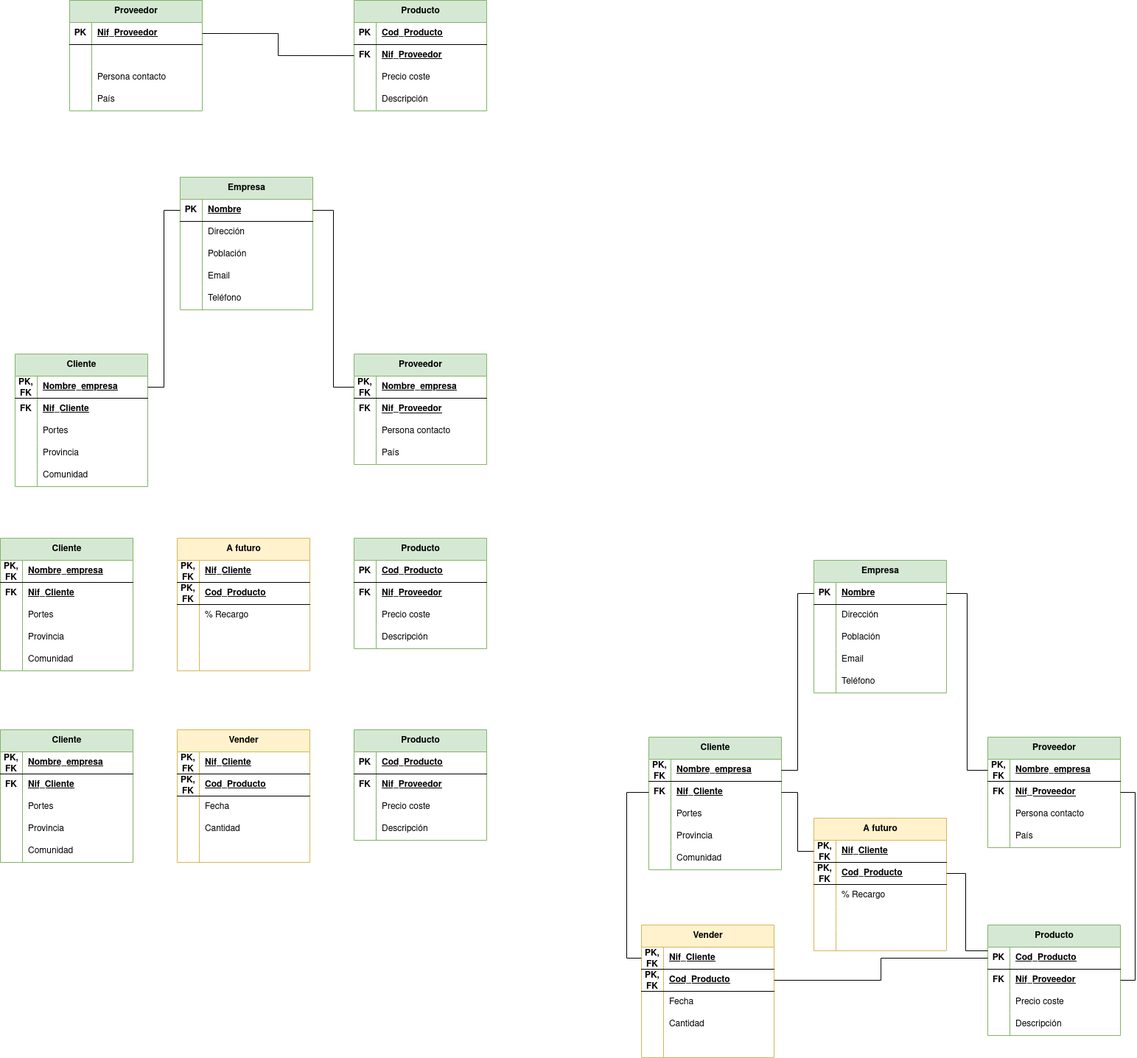
The draw.io diagram Unidad-1/Tareas/Tareas-evaluables/Tarea-evaluable-5/tarea-empresa-compraventa.drawio.png in LuisMGlez/base-datos, before a commit. Source tidied: cells renumbered, new cells last; positions are measured from the earlier drawing's top-left corner, leaving out a move shared by most shapes.
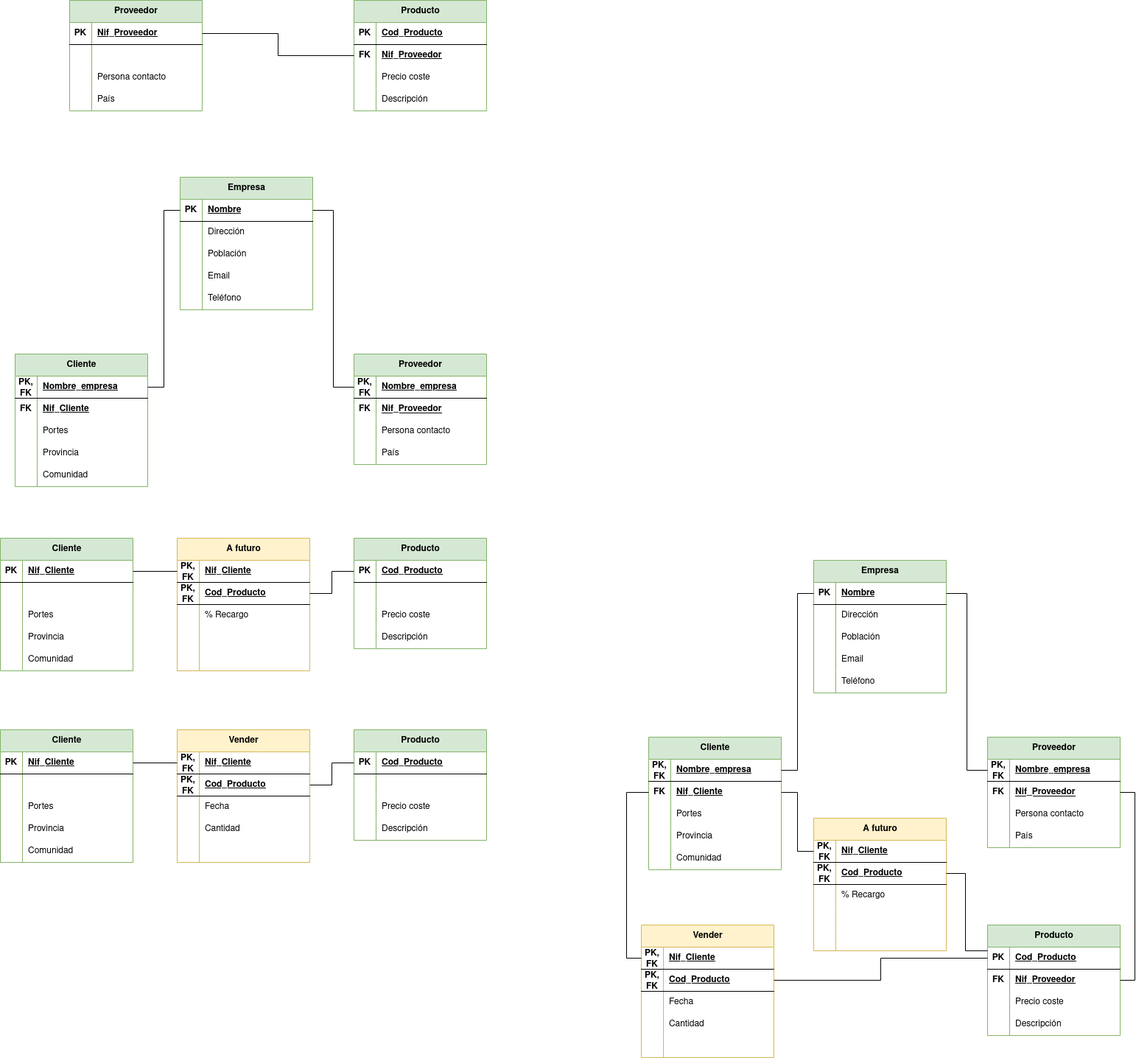
The same file after the commit.

Diff of the diagram source:
```diff
@@ -527,19 +527,19 @@
     <mxCell id="174" style="shape=tableRow;horizontal=0;startSize=0;swimlaneHead=0;swimlaneBody=0;fillColor=none;points=[[0,0.5],[1,0.5]];portConstraint=eastwest;top=0;left=0;right=0;bottom=1;" parent="173" vertex="1">
       <mxGeometry y="30" width="180" height="30" as="geometry" />
     </mxCell>
-    <mxCell id="175" value="PK, FK" style="shape=partialRectangle;fillColor=none;top=0;left=0;bottom=0;right=0;fontStyle=1;overflow=hidden;whiteSpace=wrap;html=1;" parent="174" vertex="1">
+    <mxCell id="175" value="PK" style="shape=partialRectangle;fillColor=none;top=0;left=0;bottom=0;right=0;fontStyle=1;overflow=hidden;whiteSpace=wrap;html=1;" parent="174" vertex="1">
       <mxGeometry width="30" height="30" as="geometry" />
     </mxCell>
-    <mxCell id="176" value="Nombre_empresa" style="shape=partialRectangle;fillColor=none;top=0;left=0;bottom=0;right=0;align=left;spacingLeft=6;fontStyle=5;overflow=hidden;whiteSpace=wrap;html=1;" parent="174" vertex="1">
+    <mxCell id="176" value="Nif_Cliente" style="shape=partialRectangle;fillColor=none;top=0;left=0;bottom=0;right=0;align=left;spacingLeft=6;fontStyle=5;overflow=hidden;whiteSpace=wrap;html=1;" parent="174" vertex="1">
       <mxGeometry x="30" width="150" height="30" as="geometry" />
     </mxCell>
     <mxCell id="177" style="shape=tableRow;horizontal=0;startSize=0;swimlaneHead=0;swimlaneBody=0;fillColor=none;top=0;left=0;right=0;bottom=0;" parent="173" vertex="1">
       <mxGeometry y="60" width="180" height="30" as="geometry" />
     </mxCell>
-    <mxCell id="178" value="&lt;b&gt;FK&lt;/b&gt;" style="shape=partialRectangle;fillColor=none;top=0;left=0;bottom=0;right=0;overflow=hidden;whiteSpace=wrap;html=1;" parent="177" vertex="1">
+    <mxCell id="178" style="shape=partialRectangle;fillColor=none;top=0;left=0;bottom=0;right=0;overflow=hidden;whiteSpace=wrap;html=1;" parent="177" vertex="1">
       <mxGeometry width="30" height="30" as="geometry" />
     </mxCell>
-    <mxCell id="179" value="&lt;b&gt;&lt;u&gt;Nif_Cliente&lt;/u&gt;&lt;/b&gt;" style="shape=partialRectangle;fillColor=none;top=0;left=0;bottom=0;right=0;align=left;spacingLeft=6;overflow=hidden;whiteSpace=wrap;html=1;" parent="177" vertex="1">
+    <mxCell id="179" style="shape=partialRectangle;fillColor=none;top=0;left=0;bottom=0;right=0;align=left;spacingLeft=6;overflow=hidden;whiteSpace=wrap;html=1;" parent="177" vertex="1">
       <mxGeometry x="30" width="150" height="30" as="geometry" />
     </mxCell>
     <mxCell id="180" style="shape=tableRow;horizontal=0;startSize=0;swimlaneHead=0;swimlaneBody=0;fillColor=none;top=0;left=0;right=0;bottom=0;" parent="173" vertex="1">
@@ -584,10 +584,10 @@
     <mxCell id="193" style="shape=tableRow;horizontal=0;startSize=0;swimlaneHead=0;swimlaneBody=0;fillColor=none;top=0;left=0;right=0;bottom=0;" parent="189" vertex="1">
       <mxGeometry y="60" width="180" height="30" as="geometry" />
     </mxCell>
-    <mxCell id="194" value="&lt;b&gt;FK&lt;/b&gt;" style="shape=partialRectangle;fillColor=none;top=0;left=0;bottom=0;right=0;overflow=hidden;whiteSpace=wrap;html=1;" parent="193" vertex="1">
+    <mxCell id="194" style="shape=partialRectangle;fillColor=none;top=0;left=0;bottom=0;right=0;overflow=hidden;whiteSpace=wrap;html=1;" parent="193" vertex="1">
       <mxGeometry width="30" height="30" as="geometry" />
     </mxCell>
-    <mxCell id="195" value="&lt;b&gt;&lt;u&gt;Nif_Proveedor&lt;/u&gt;&lt;/b&gt;" style="shape=partialRectangle;fillColor=none;top=0;left=0;bottom=0;right=0;align=left;spacingLeft=6;overflow=hidden;whiteSpace=wrap;html=1;" parent="193" vertex="1">
+    <mxCell id="195" style="shape=partialRectangle;fillColor=none;top=0;left=0;bottom=0;right=0;align=left;spacingLeft=6;overflow=hidden;whiteSpace=wrap;html=1;" parent="193" vertex="1">
       <mxGeometry x="30" width="150" height="30" as="geometry" />
     </mxCell>
     <mxCell id="196" style="shape=tableRow;horizontal=0;startSize=0;swimlaneHead=0;swimlaneBody=0;fillColor=none;top=0;left=0;right=0;bottom=0;" parent="189" vertex="1">
@@ -662,19 +662,19 @@
     <mxCell id="219" style="shape=tableRow;horizontal=0;startSize=0;swimlaneHead=0;swimlaneBody=0;fillColor=none;points=[[0,0.5],[1,0.5]];portConstraint=eastwest;top=0;left=0;right=0;bottom=1;" parent="218" vertex="1">
       <mxGeometry y="30" width="180" height="30" as="geometry" />
     </mxCell>
-    <mxCell id="220" value="PK, FK" style="shape=partialRectangle;fillColor=none;top=0;left=0;bottom=0;right=0;fontStyle=1;overflow=hidden;whiteSpace=wrap;html=1;" parent="219" vertex="1">
+    <mxCell id="220" value="PK" style="shape=partialRectangle;fillColor=none;top=0;left=0;bottom=0;right=0;fontStyle=1;overflow=hidden;whiteSpace=wrap;html=1;" parent="219" vertex="1">
       <mxGeometry width="30" height="30" as="geometry" />
     </mxCell>
-    <mxCell id="221" value="Nombre_empresa" style="shape=partialRectangle;fillColor=none;top=0;left=0;bottom=0;right=0;align=left;spacingLeft=6;fontStyle=5;overflow=hidden;whiteSpace=wrap;html=1;" parent="219" vertex="1">
+    <mxCell id="221" value="Nif_Cliente" style="shape=partialRectangle;fillColor=none;top=0;left=0;bottom=0;right=0;align=left;spacingLeft=6;fontStyle=5;overflow=hidden;whiteSpace=wrap;html=1;" parent="219" vertex="1">
       <mxGeometry x="30" width="150" height="30" as="geometry" />
     </mxCell>
     <mxCell id="222" style="shape=tableRow;horizontal=0;startSize=0;swimlaneHead=0;swimlaneBody=0;fillColor=none;top=0;left=0;right=0;bottom=0;" parent="218" vertex="1">
       <mxGeometry y="60" width="180" height="30" as="geometry" />
     </mxCell>
-    <mxCell id="223" value="&lt;b&gt;FK&lt;/b&gt;" style="shape=partialRectangle;fillColor=none;top=0;left=0;bottom=0;right=0;overflow=hidden;whiteSpace=wrap;html=1;" parent="222" vertex="1">
+    <mxCell id="223" style="shape=partialRectangle;fillColor=none;top=0;left=0;bottom=0;right=0;overflow=hidden;whiteSpace=wrap;html=1;" parent="222" vertex="1">
       <mxGeometry width="30" height="30" as="geometry" />
     </mxCell>
-    <mxCell id="224" value="&lt;b&gt;&lt;u&gt;Nif_Cliente&lt;/u&gt;&lt;/b&gt;" style="shape=partialRectangle;fillColor=none;top=0;left=0;bottom=0;right=0;align=left;spacingLeft=6;overflow=hidden;whiteSpace=wrap;html=1;" parent="222" vertex="1">
+    <mxCell id="224" style="shape=partialRectangle;fillColor=none;top=0;left=0;bottom=0;right=0;align=left;spacingLeft=6;overflow=hidden;whiteSpace=wrap;html=1;" parent="222" vertex="1">
       <mxGeometry x="30" width="150" height="30" as="geometry" />
     </mxCell>
     <mxCell id="225" style="shape=tableRow;horizontal=0;startSize=0;swimlaneHead=0;swimlaneBody=0;fillColor=none;top=0;left=0;right=0;bottom=0;" parent="218" vertex="1">
@@ -719,10 +719,10 @@
     <mxCell id="238" style="shape=tableRow;horizontal=0;startSize=0;swimlaneHead=0;swimlaneBody=0;fillColor=none;top=0;left=0;right=0;bottom=0;" parent="234" vertex="1">
       <mxGeometry y="60" width="180" height="30" as="geometry" />
     </mxCell>
-    <mxCell id="239" value="&lt;b&gt;FK&lt;/b&gt;" style="shape=partialRectangle;fillColor=none;top=0;left=0;bottom=0;right=0;overflow=hidden;whiteSpace=wrap;html=1;" parent="238" vertex="1">
+    <mxCell id="239" style="shape=partialRectangle;fillColor=none;top=0;left=0;bottom=0;right=0;overflow=hidden;whiteSpace=wrap;html=1;" parent="238" vertex="1">
       <mxGeometry width="30" height="30" as="geometry" />
     </mxCell>
-    <mxCell id="240" value="&lt;b&gt;&lt;u&gt;Nif_Proveedor&lt;/u&gt;&lt;/b&gt;" style="shape=partialRectangle;fillColor=none;top=0;left=0;bottom=0;right=0;align=left;spacingLeft=6;overflow=hidden;whiteSpace=wrap;html=1;" parent="238" vertex="1">
+    <mxCell id="240" style="shape=partialRectangle;fillColor=none;top=0;left=0;bottom=0;right=0;align=left;spacingLeft=6;overflow=hidden;whiteSpace=wrap;html=1;" parent="238" vertex="1">
       <mxGeometry x="30" width="150" height="30" as="geometry" />
     </mxCell>
     <mxCell id="241" style="shape=tableRow;horizontal=0;startSize=0;swimlaneHead=0;swimlaneBody=0;fillColor=none;top=0;left=0;right=0;bottom=0;" parent="234" vertex="1">
@@ -791,5 +791,17 @@
     <mxCell id="262" style="shape=partialRectangle;fillColor=none;top=0;left=0;bottom=0;right=0;align=left;spacingLeft=6;overflow=hidden;whiteSpace=wrap;html=1;" parent="260" vertex="1">
       <mxGeometry x="30" width="150" height="30" as="geometry" />
     </mxCell>
+    <mxCell id="263" style="edgeStyle=orthogonalEdgeStyle;rounded=0;jettySize=auto;html=1;exitX=1;exitY=0.5;exitDx=0;exitDy=0;entryX=0;entryY=0.5;entryDx=0;entryDy=0;endArrow=none;endFill=0;" parent="1" edge="1" source="174" target="203">
+      <mxGeometry relative="1" as="geometry" />
+    </mxCell>
+    <mxCell id="264" style="edgeStyle=orthogonalEdgeStyle;rounded=0;jettySize=auto;html=1;exitX=1;exitY=0.5;exitDx=0;exitDy=0;entryX=0;entryY=0.5;entryDx=0;entryDy=0;endArrow=none;endFill=0;" parent="1" edge="1" source="206" target="190">
+      <mxGeometry relative="1" as="geometry" />
+    </mxCell>
+    <mxCell id="265" style="edgeStyle=orthogonalEdgeStyle;rounded=0;jettySize=auto;html=1;exitX=1;exitY=0.5;exitDx=0;exitDy=0;entryX=0;entryY=0.5;entryDx=0;entryDy=0;endArrow=none;endFill=0;" parent="1" edge="1" source="219" target="248">
+      <mxGeometry relative="1" as="geometry" />
+    </mxCell>
+    <mxCell id="266" style="edgeStyle=orthogonalEdgeStyle;rounded=0;jettySize=auto;html=1;exitX=0;exitY=0.5;exitDx=0;exitDy=0;entryX=1;entryY=0.5;entryDx=0;entryDy=0;endArrow=none;endFill=0;" parent="1" edge="1" source="235" target="251">
+      <mxGeometry relative="1" as="geometry" />
+    </mxCell>
   </root>
 </mxGraphModel>
```
